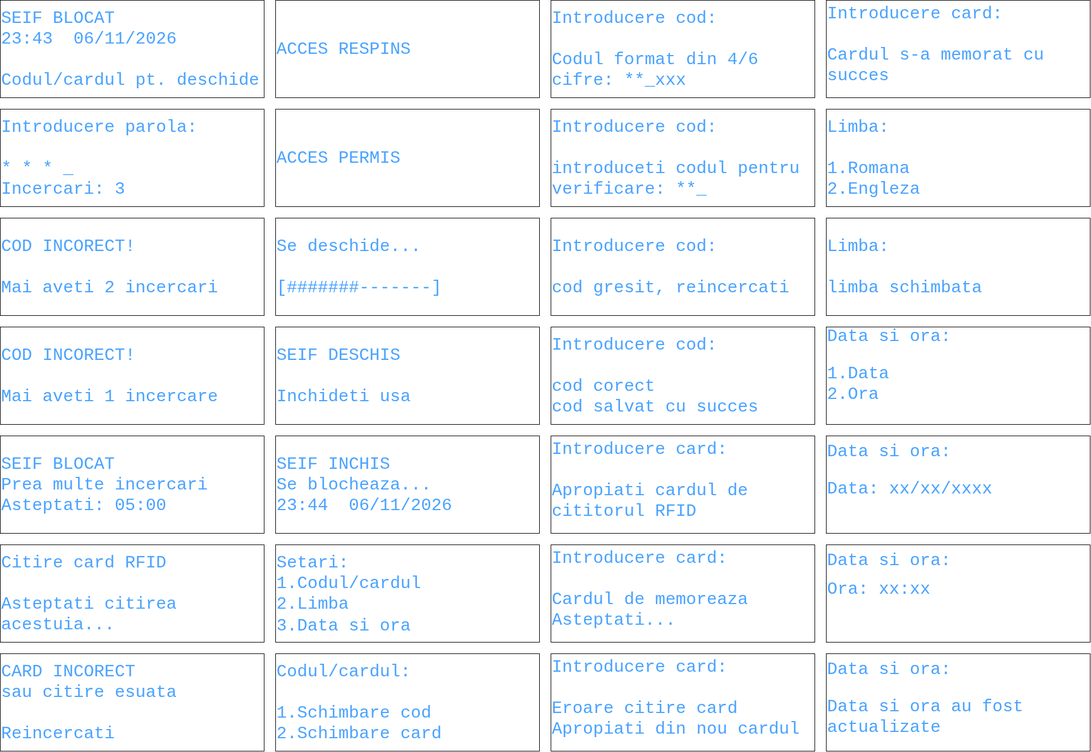
Earlier version of the draw.io export Doc/Display interface.png (ANTzacalie/STM32-Based-Electronic-Safe). Source tidied: cells renumbered, new cells last; positions are measured from the earlier drawing's top-left corner, leaving out a move shared by most shapes. Its diagram source:
```xml
<mxGraphModel>
  <root>
    <mxCell id="0" />
    <mxCell id="1" parent="0" />
    <mxCell id="2" value="&lt;span style=&quot;color: rgb(74, 163, 255); font-family: &amp;quot;Courier New&amp;quot;, Courier, monospace; font-size: 30px; white-space: pre;&quot;&gt;SEIF BLOCAT&lt;br&gt;23:43  06/11/2026&lt;br&gt;&lt;br&gt;Codul/cardul pt. deschide&lt;/span&gt;" style="rounded=0;whiteSpace=wrap;html=1;align=left;" parent="1" vertex="1">
      <mxGeometry width="460" height="170" as="geometry" />
    </mxCell>
    <mxCell id="3" value="&lt;span style=&quot;color: rgb(74, 163, 255); font-family: &amp;quot;Courier New&amp;quot;, Courier, monospace; font-size: 30px; white-space: pre;&quot;&gt;COD INCORECT!&lt;br/&gt;&lt;br/&gt;Mai aveti 2 incercari&lt;/span&gt;" style="rounded=0;whiteSpace=wrap;html=1;align=left;" parent="1" vertex="1">
      <mxGeometry y="380" width="460" height="170" as="geometry" />
    </mxCell>
    <mxCell id="4" value="&lt;span style=&quot;color: rgb(74, 163, 255); font-family: &amp;quot;Courier New&amp;quot;, Courier, monospace; font-size: 30px; white-space: pre;&quot;&gt;COD INCORECT!&lt;br/&gt;&lt;br/&gt;Mai aveti 1 incercare&lt;/span&gt;" style="rounded=0;whiteSpace=wrap;html=1;align=left;" parent="1" vertex="1">
      <mxGeometry y="570" width="460" height="170" as="geometry" />
    </mxCell>
    <mxCell id="5" value="&lt;span style=&quot;color: rgb(74, 163, 255); font-family: &amp;quot;Courier New&amp;quot;, Courier, monospace; font-size: 30px; white-space: pre;&quot;&gt;SEIF BLOCAT&lt;br/&gt;Prea multe incercari&lt;br/&gt;Asteptati: 05:00&lt;/span&gt;" style="rounded=0;whiteSpace=wrap;html=1;align=left;" parent="1" vertex="1">
      <mxGeometry y="760" width="460" height="170" as="geometry" />
    </mxCell>
    <mxCell id="6" value="&lt;span style=&quot;color: rgb(74, 163, 255); font-family: &amp;quot;Courier New&amp;quot;, Courier, monospace; font-size: 30px; white-space: pre;&quot;&gt;Citire card RFID&lt;/span&gt;&lt;div&gt;&lt;span style=&quot;color: rgb(74, 163, 255); font-family: &amp;quot;Courier New&amp;quot;, Courier, monospace; font-size: 30px; white-space: pre;&quot;&gt;&lt;br&gt;&lt;div style=&quot;font-family: Helvetica; font-size: 12px; white-space: normal;&quot;&gt;&lt;font face=&quot;Courier New, Courier, monospace&quot;&gt;&lt;span style=&quot;font-size: 30px; white-space: pre;&quot;&gt;Asteptati citirea &lt;/span&gt;&lt;/font&gt;&lt;/div&gt;&lt;div style=&quot;font-family: Helvetica; font-size: 12px; white-space: normal;&quot;&gt;&lt;font face=&quot;Courier New, Courier, monospace&quot;&gt;&lt;span style=&quot;font-size: 30px; white-space: pre;&quot;&gt;acestuia...&lt;/span&gt;&lt;/font&gt;&lt;/div&gt;&lt;/span&gt;&lt;/div&gt;" style="rounded=0;whiteSpace=wrap;html=1;align=left;" parent="1" vertex="1">
      <mxGeometry y="950" width="460" height="170" as="geometry" />
    </mxCell>
    <mxCell id="7" value="&lt;span style=&quot;color: rgb(74, 163, 255); font-family: &amp;quot;Courier New&amp;quot;, Courier, monospace; font-size: 30px; white-space: pre;&quot;&gt;ACCES PERMIS&lt;/span&gt;" style="rounded=0;whiteSpace=wrap;html=1;align=left;" parent="1" vertex="1">
      <mxGeometry x="480" y="190" width="460" height="170" as="geometry" />
    </mxCell>
    <mxCell id="8" value="&lt;span style=&quot;color: rgb(74, 163, 255); font-family: &amp;quot;Courier New&amp;quot;, Courier, monospace; font-size: 30px; white-space: pre;&quot;&gt;ACCES RESPINS&lt;/span&gt;" style="rounded=0;whiteSpace=wrap;html=1;align=left;" parent="1" vertex="1">
      <mxGeometry x="480" width="460" height="170" as="geometry" />
    </mxCell>
    <mxCell id="9" value="&lt;span style=&quot;color: rgb(74, 163, 255); font-family: &amp;quot;Courier New&amp;quot;, Courier, monospace; font-size: 30px; white-space: pre;&quot;&gt;CARD INCORECT&lt;br/&gt;sau citire esuata&lt;br/&gt;&lt;br/&gt;Reincercati&lt;/span&gt;" style="rounded=0;whiteSpace=wrap;html=1;align=left;" parent="1" vertex="1">
      <mxGeometry y="1140" width="460" height="170" as="geometry" />
    </mxCell>
    <mxCell id="10" value="&lt;span style=&quot;color: rgb(74, 163, 255); font-family: &amp;quot;Courier New&amp;quot;, Courier, monospace; font-size: 30px; white-space: pre;&quot;&gt;Se deschide...&lt;br&gt;&lt;br&gt;[#######-------]&lt;/span&gt;" style="rounded=0;whiteSpace=wrap;html=1;align=left;" parent="1" vertex="1">
      <mxGeometry x="480" y="380" width="460" height="170" as="geometry" />
    </mxCell>
    <mxCell id="11" value="&lt;span style=&quot;color: rgb(74, 163, 255); font-family: &amp;quot;Courier New&amp;quot;, Courier, monospace; font-size: 30px; white-space: pre;&quot;&gt;SEIF DESCHIS&lt;br&gt;&lt;br&gt;Inchideti usa&lt;/span&gt;" style="rounded=0;whiteSpace=wrap;html=1;align=left;" parent="1" vertex="1">
      <mxGeometry x="480" y="570" width="460" height="170" as="geometry" />
    </mxCell>
    <mxCell id="12" value="&lt;span style=&quot;color: rgb(74, 163, 255); font-family: &amp;quot;Courier New&amp;quot;, Courier, monospace; font-size: 30px; white-space: pre;&quot;&gt;SEIF INCHIS&lt;br&gt;Se blocheaza...&lt;br&gt;23:44  06/11/2026&lt;/span&gt;" style="rounded=0;whiteSpace=wrap;html=1;align=left;" parent="1" vertex="1">
      <mxGeometry x="480" y="760" width="460" height="170" as="geometry" />
    </mxCell>
    <mxCell id="13" value="&lt;div&gt;&lt;span style=&quot;color: rgb(74, 163, 255); font-family: &amp;quot;Courier New&amp;quot;, Courier, monospace; font-size: 30px; white-space: pre;&quot;&gt;Introducere parola:&lt;br/&gt;&lt;br/&gt;* * * _&lt;br/&gt;Incercari: 3&lt;/span&gt;&lt;/div&gt;" style="rounded=0;whiteSpace=wrap;html=1;fontFamily=Courier New;align=left;" parent="1" vertex="1">
      <mxGeometry y="190" width="460" height="170" as="geometry" />
    </mxCell>
    <mxCell id="14" value="&lt;span style=&quot;font-size: 30px;&quot;&gt;&lt;font face=&quot;Courier New, Courier, monospace&quot;&gt;Setari:&lt;/font&gt;&lt;/span&gt;&lt;div&gt;&lt;span style=&quot;font-family: &amp;quot;Courier New&amp;quot;, Courier, monospace; font-size: 30px; background-color: transparent; color: light-dark(rgb(74, 163, 255), rgb(41, 118, 197));&quot;&gt;1.Codul/cardul&lt;/span&gt;&lt;/div&gt;&lt;div&gt;&lt;span style=&quot;font-family: &amp;quot;Courier New&amp;quot;, Courier, monospace; font-size: 30px; background-color: transparent; color: light-dark(rgb(74, 163, 255), rgb(41, 118, 197));&quot;&gt;2.Limba&amp;nbsp; &amp;nbsp; &amp;nbsp;&amp;nbsp;&lt;/span&gt;&lt;/div&gt;&lt;div&gt;&lt;span style=&quot;font-size: 30px;&quot;&gt;&lt;font face=&quot;Courier New, Courier, monospace&quot;&gt;3.Data si ora&lt;/font&gt;&lt;/span&gt;&lt;/div&gt;" style="rounded=0;whiteSpace=wrap;html=1;fontColor=#4AA3FF;align=left;" parent="1" vertex="1">
      <mxGeometry x="480" y="950" width="460" height="170" as="geometry" />
    </mxCell>
    <mxCell id="15" value="&lt;span style=&quot;background-color: transparent; color: light-dark(rgb(74, 163, 255), rgb(41, 118, 197)); font-family: &amp;quot;Courier New&amp;quot;, Courier, monospace; font-size: 30px;&quot;&gt;Limba:&lt;/span&gt;&lt;div&gt;&lt;span style=&quot;background-color: transparent; color: light-dark(rgb(74, 163, 255), rgb(41, 118, 197)); font-family: &amp;quot;Courier New&amp;quot;, Courier, monospace; font-size: 30px;&quot;&gt;&lt;br&gt;&lt;/span&gt;&lt;/div&gt;&lt;div&gt;&lt;span style=&quot;background-color: transparent; color: light-dark(rgb(74, 163, 255), rgb(41, 118, 197)); font-family: &amp;quot;Courier New&amp;quot;, Courier, monospace; font-size: 30px;&quot;&gt;1.Romana&lt;/span&gt;&lt;/div&gt;&lt;div&gt;&lt;span style=&quot;background-color: transparent; color: light-dark(rgb(74, 163, 255), rgb(41, 118, 197)); font-family: &amp;quot;Courier New&amp;quot;, Courier, monospace; font-size: 30px;&quot;&gt;2.Engleza&lt;/span&gt;&lt;/div&gt;" style="rounded=0;whiteSpace=wrap;html=1;fontColor=#4AA3FF;align=left;" parent="1" vertex="1">
      <mxGeometry x="1440" y="190" width="460" height="170" as="geometry" />
    </mxCell>
    <mxCell id="16" value="&lt;font style=&quot;font-size: 30px;&quot; face=&quot;Courier New, Courier, monospace&quot;&gt;Data si ora:&lt;/font&gt;&lt;div&gt;&lt;br&gt;&lt;/div&gt;&lt;div&gt;&lt;br&gt;&lt;/div&gt;&lt;div&gt;&lt;font face=&quot;Courier New, Courier, monospace&quot;&gt;&lt;span style=&quot;font-size: 30px;&quot;&gt;1.Data&lt;/span&gt;&lt;/font&gt;&lt;/div&gt;&lt;div&gt;&lt;span style=&quot;font-size: 30px; font-family: &amp;quot;Courier New&amp;quot;, Courier, monospace; background-color: transparent; color: light-dark(rgb(74, 163, 255), rgb(41, 118, 197));&quot;&gt;2.Ora&lt;/span&gt;&lt;/div&gt;&lt;div&gt;&lt;font face=&quot;Courier New, Courier, monospace&quot;&gt;&lt;span style=&quot;font-size: 30px;&quot;&gt;&lt;br&gt;&lt;/span&gt;&lt;/font&gt;&lt;/div&gt;" style="rounded=0;whiteSpace=wrap;html=1;fontColor=#4AA3FF;align=left;" parent="1" vertex="1">
      <mxGeometry x="1440" y="570" width="460" height="170" as="geometry" />
    </mxCell>
    <mxCell id="17" value="&lt;font face=&quot;Courier New, Courier, monospace&quot;&gt;&lt;span style=&quot;font-size: 30px;&quot;&gt;Codul/cardul:&lt;/span&gt;&lt;/font&gt;&lt;div&gt;&lt;font face=&quot;Courier New, Courier, monospace&quot;&gt;&lt;span style=&quot;font-size: 30px;&quot;&gt;&lt;br&gt;&lt;/span&gt;&lt;/font&gt;&lt;/div&gt;&lt;div&gt;&lt;font face=&quot;Courier New, Courier, monospace&quot;&gt;&lt;span style=&quot;font-size: 30px;&quot;&gt;1.Schimbare cod&lt;/span&gt;&lt;/font&gt;&lt;/div&gt;&lt;div&gt;&lt;font face=&quot;Courier New, Courier, monospace&quot;&gt;&lt;span style=&quot;font-size: 30px;&quot;&gt;2.Schimbare card&lt;/span&gt;&lt;/font&gt;&lt;/div&gt;" style="rounded=0;whiteSpace=wrap;html=1;fontColor=#4AA3FF;align=left;" parent="1" vertex="1">
      <mxGeometry x="480" y="1140" width="460" height="170" as="geometry" />
    </mxCell>
    <mxCell id="18" value="&lt;font face=&quot;Courier New, Courier, monospace&quot;&gt;&lt;span style=&quot;font-size: 30px;&quot;&gt;Introducere cod:&lt;/span&gt;&lt;/font&gt;&lt;div&gt;&lt;font face=&quot;Courier New, Courier, monospace&quot;&gt;&lt;span style=&quot;font-size: 30px;&quot;&gt;&lt;br&gt;&lt;/span&gt;&lt;/font&gt;&lt;/div&gt;&lt;div&gt;&lt;font face=&quot;Courier New, Courier, monospace&quot;&gt;&lt;span style=&quot;font-size: 30px;&quot;&gt;Codul format din 4/6&lt;/span&gt;&lt;/font&gt;&lt;/div&gt;&lt;div&gt;&lt;font face=&quot;Courier New, Courier, monospace&quot;&gt;&lt;span style=&quot;font-size: 30px;&quot;&gt;cifre: **_xxx&lt;/span&gt;&lt;/font&gt;&lt;/div&gt;" style="rounded=0;whiteSpace=wrap;html=1;fontColor=#4AA3FF;align=left;" parent="1" vertex="1">
      <mxGeometry x="960" width="460" height="170" as="geometry" />
    </mxCell>
    <mxCell id="19" value="&lt;font face=&quot;Courier New, Courier, monospace&quot;&gt;&lt;span style=&quot;font-size: 30px;&quot;&gt;Introducere card:&amp;nbsp;&lt;/span&gt;&lt;/font&gt;&lt;div&gt;&lt;font face=&quot;Courier New, Courier, monospace&quot;&gt;&lt;span style=&quot;font-size: 30px;&quot;&gt;&lt;br&gt;&lt;/span&gt;&lt;/font&gt;&lt;/div&gt;&lt;div&gt;&lt;font face=&quot;Courier New, Courier, monospace&quot;&gt;&lt;span style=&quot;font-size: 30px;&quot;&gt;Apropiati cardul de cititorul RFID&lt;/span&gt;&lt;/font&gt;&lt;div&gt;&lt;br&gt;&lt;/div&gt;&lt;/div&gt;" style="rounded=0;whiteSpace=wrap;html=1;fontColor=#4AA3FF;align=left;" parent="1" vertex="1">
      <mxGeometry x="960" y="760" width="460" height="170" as="geometry" />
    </mxCell>
    <mxCell id="20" value="&lt;font face=&quot;Courier New, Courier, monospace&quot;&gt;&lt;span style=&quot;font-size: 30px;&quot;&gt;Introducere card:&amp;nbsp;&lt;/span&gt;&lt;/font&gt;&lt;div&gt;&lt;font face=&quot;Courier New, Courier, monospace&quot;&gt;&lt;span style=&quot;font-size: 30px;&quot;&gt;&lt;br&gt;&lt;/span&gt;&lt;/font&gt;&lt;/div&gt;&lt;div&gt;&lt;font face=&quot;Courier New, Courier, monospace&quot;&gt;&lt;span style=&quot;font-size: 30px;&quot;&gt;Cardul de memoreaza&lt;/span&gt;&lt;/font&gt;&lt;/div&gt;&lt;div&gt;&lt;font face=&quot;Courier New, Courier, monospace&quot;&gt;&lt;span style=&quot;font-size: 30px;&quot;&gt;Asteptati...&lt;br&gt;&lt;/span&gt;&lt;/font&gt;&lt;div&gt;&lt;br&gt;&lt;/div&gt;&lt;/div&gt;" style="rounded=0;whiteSpace=wrap;html=1;fontColor=#4AA3FF;align=left;" parent="1" vertex="1">
      <mxGeometry x="960" y="950" width="460" height="170" as="geometry" />
    </mxCell>
    <mxCell id="21" value="&lt;font face=&quot;Courier New, Courier, monospace&quot;&gt;&lt;span style=&quot;font-size: 30px;&quot;&gt;Introducere card:&amp;nbsp;&lt;/span&gt;&lt;/font&gt;&lt;div&gt;&lt;font face=&quot;Courier New, Courier, monospace&quot;&gt;&lt;span style=&quot;font-size: 30px;&quot;&gt;&lt;br&gt;&lt;/span&gt;&lt;/font&gt;&lt;/div&gt;&lt;div&gt;&lt;font face=&quot;Courier New, Courier, monospace&quot;&gt;&lt;span style=&quot;font-size: 30px;&quot;&gt;Eroare citire card&lt;/span&gt;&lt;/font&gt;&lt;/div&gt;&lt;div&gt;&lt;font face=&quot;Courier New, Courier, monospace&quot;&gt;&lt;span style=&quot;font-size: 30px;&quot;&gt;Apropiati din nou cardul&lt;/span&gt;&lt;/font&gt;&lt;/div&gt;&lt;div&gt;&lt;div&gt;&lt;br&gt;&lt;/div&gt;&lt;/div&gt;" style="rounded=0;whiteSpace=wrap;html=1;fontColor=#4AA3FF;align=left;" parent="1" vertex="1">
      <mxGeometry x="960" y="1140" width="460" height="170" as="geometry" />
    </mxCell>
    <mxCell id="22" value="&lt;font face=&quot;Courier New, Courier, monospace&quot;&gt;&lt;span style=&quot;font-size: 30px;&quot;&gt;Introducere card:&amp;nbsp;&lt;/span&gt;&lt;/font&gt;&lt;div&gt;&lt;font face=&quot;Courier New, Courier, monospace&quot;&gt;&lt;span style=&quot;font-size: 30px;&quot;&gt;&lt;br&gt;&lt;/span&gt;&lt;/font&gt;&lt;div&gt;&lt;span style=&quot;font-size: 30px; font-family: &amp;quot;Courier New&amp;quot;, Courier, monospace; background-color: transparent; color: light-dark(rgb(74, 163, 255), rgb(41, 118, 197));&quot;&gt;Cardul s-a memorat cu succes&lt;/span&gt;&lt;/div&gt;&lt;div&gt;&lt;div&gt;&lt;br&gt;&lt;/div&gt;&lt;/div&gt;&lt;/div&gt;" style="rounded=0;whiteSpace=wrap;html=1;fontColor=#4AA3FF;align=left;" parent="1" vertex="1">
      <mxGeometry x="1440" width="460" height="170" as="geometry" />
    </mxCell>
    <mxCell id="23" value="&lt;font face=&quot;Courier New, Courier, monospace&quot;&gt;&lt;span style=&quot;font-size: 30px;&quot;&gt;Introducere cod:&lt;/span&gt;&lt;/font&gt;&lt;div&gt;&lt;font face=&quot;Courier New, Courier, monospace&quot;&gt;&lt;span style=&quot;font-size: 30px;&quot;&gt;&lt;br&gt;&lt;/span&gt;&lt;/font&gt;&lt;/div&gt;&lt;div&gt;&lt;font face=&quot;Courier New, Courier, monospace&quot;&gt;&lt;span style=&quot;font-size: 30px;&quot;&gt;introduceti codul pentru verificare: **_&lt;/span&gt;&lt;/font&gt;&lt;/div&gt;" style="rounded=0;whiteSpace=wrap;html=1;fontColor=#4AA3FF;align=left;" parent="1" vertex="1">
      <mxGeometry x="960" y="190" width="460" height="170" as="geometry" />
    </mxCell>
    <mxCell id="24" value="&lt;font face=&quot;Courier New, Courier, monospace&quot;&gt;&lt;span style=&quot;font-size: 30px;&quot;&gt;Introducere cod:&lt;/span&gt;&lt;/font&gt;&lt;div&gt;&lt;font face=&quot;Courier New, Courier, monospace&quot;&gt;&lt;span style=&quot;font-size: 30px;&quot;&gt;&lt;br&gt;&lt;/span&gt;&lt;/font&gt;&lt;div&gt;&lt;font face=&quot;Courier New, Courier, monospace&quot;&gt;&lt;span style=&quot;font-size: 30px;&quot;&gt;cod corect&lt;/span&gt;&lt;/font&gt;&lt;/div&gt;&lt;div&gt;&lt;font face=&quot;Courier New, Courier, monospace&quot;&gt;&lt;span style=&quot;font-size: 30px;&quot;&gt;cod salvat cu succes&lt;/span&gt;&lt;/font&gt;&lt;/div&gt;&lt;/div&gt;" style="rounded=0;whiteSpace=wrap;html=1;fontColor=#4AA3FF;align=left;" parent="1" vertex="1">
      <mxGeometry x="960" y="570" width="460" height="170" as="geometry" />
    </mxCell>
    <mxCell id="25" value="&lt;span style=&quot;background-color: transparent; color: light-dark(rgb(74, 163, 255), rgb(41, 118, 197)); font-family: &amp;quot;Courier New&amp;quot;, Courier, monospace; font-size: 30px;&quot;&gt;Limba:&lt;/span&gt;&lt;div&gt;&lt;span style=&quot;background-color: transparent; color: light-dark(rgb(74, 163, 255), rgb(41, 118, 197)); font-family: &amp;quot;Courier New&amp;quot;, Courier, monospace; font-size: 30px;&quot;&gt;&lt;br&gt;&lt;/span&gt;&lt;/div&gt;&lt;div&gt;&lt;font face=&quot;Courier New, Courier, monospace&quot;&gt;&lt;span style=&quot;font-size: 30px;&quot;&gt;limba schimbata&lt;/span&gt;&lt;/font&gt;&lt;/div&gt;" style="rounded=0;whiteSpace=wrap;html=1;fontColor=#4AA3FF;align=left;" parent="1" vertex="1">
      <mxGeometry x="1440" y="380" width="460" height="170" as="geometry" />
    </mxCell>
    <mxCell id="26" value="&lt;font style=&quot;font-size: 30px;&quot; face=&quot;Courier New, Courier, monospace&quot;&gt;Data si ora:&lt;/font&gt;&lt;div&gt;&lt;br&gt;&lt;/div&gt;&lt;div&gt;&lt;br&gt;&lt;/div&gt;&lt;div&gt;&lt;font face=&quot;Courier New, Courier, monospace&quot;&gt;&lt;span style=&quot;font-size: 30px;&quot;&gt;Data: xx/xx/xxxx&lt;/span&gt;&lt;/font&gt;&lt;/div&gt;&lt;div&gt;&lt;br&gt;&lt;/div&gt;&lt;div&gt;&lt;font face=&quot;Courier New, Courier, monospace&quot;&gt;&lt;span style=&quot;font-size: 30px;&quot;&gt;&lt;br&gt;&lt;/span&gt;&lt;/font&gt;&lt;/div&gt;" style="rounded=0;whiteSpace=wrap;html=1;fontColor=#4AA3FF;align=left;" parent="1" vertex="1">
      <mxGeometry x="1440" y="760" width="460" height="170" as="geometry" />
    </mxCell>
    <mxCell id="27" value="&lt;font style=&quot;font-size: 30px;&quot; face=&quot;Courier New, Courier, monospace&quot;&gt;Data si ora:&lt;/font&gt;&lt;div&gt;&lt;br&gt;&lt;/div&gt;&lt;div&gt;&lt;span style=&quot;font-family: &amp;quot;Courier New&amp;quot;, Courier, monospace; font-size: 30px;&quot;&gt;Ora: xx:xx&lt;/span&gt;&lt;/div&gt;&lt;div&gt;&lt;br&gt;&lt;/div&gt;&lt;div&gt;&lt;br&gt;&lt;/div&gt;&lt;div&gt;&lt;font face=&quot;Courier New, Courier, monospace&quot;&gt;&lt;span style=&quot;font-size: 30px;&quot;&gt;&lt;br&gt;&lt;/span&gt;&lt;/font&gt;&lt;/div&gt;" style="rounded=0;whiteSpace=wrap;html=1;fontColor=#4AA3FF;align=left;" parent="1" vertex="1">
      <mxGeometry x="1440" y="950" width="460" height="170" as="geometry" />
    </mxCell>
    <mxCell id="28" value="&lt;font style=&quot;font-size: 30px;&quot; face=&quot;Courier New, Courier, monospace&quot;&gt;Data si ora:&lt;/font&gt;&lt;div&gt;&lt;br&gt;&lt;/div&gt;&lt;div&gt;&lt;br&gt;&lt;/div&gt;&lt;div&gt;&lt;span style=&quot;font-family: &amp;quot;Courier New&amp;quot;, Courier, monospace; font-size: 30px;&quot;&gt;Data si ora au fost actualizate&lt;/span&gt;&lt;/div&gt;&lt;div&gt;&lt;br&gt;&lt;/div&gt;" style="rounded=0;whiteSpace=wrap;html=1;fontColor=#4AA3FF;align=left;" parent="1" vertex="1">
      <mxGeometry x="1440" y="1140" width="460" height="170" as="geometry" />
    </mxCell>
    <mxCell id="29" value="&lt;div&gt;&lt;font face=&quot;Courier New, Courier, monospace&quot;&gt;&lt;span style=&quot;font-size: 30px;&quot;&gt;Introducere cod:&lt;/span&gt;&lt;/font&gt;&lt;div&gt;&lt;font face=&quot;Courier New, Courier, monospace&quot;&gt;&lt;span style=&quot;font-size: 30px;&quot;&gt;&lt;br&gt;&lt;/span&gt;&lt;/font&gt;&lt;/div&gt;&lt;div&gt;&lt;font face=&quot;Courier New, Courier, monospace&quot;&gt;&lt;span style=&quot;font-size: 30px;&quot;&gt;cod gresit, reincercati&lt;/span&gt;&lt;/font&gt;&lt;/div&gt;&lt;/div&gt;" style="rounded=0;whiteSpace=wrap;html=1;fontColor=#4AA3FF;align=left;" parent="1" vertex="1">
      <mxGeometry x="960" y="380" width="460" height="170" as="geometry" />
    </mxCell>
  </root>
</mxGraphModel>
```
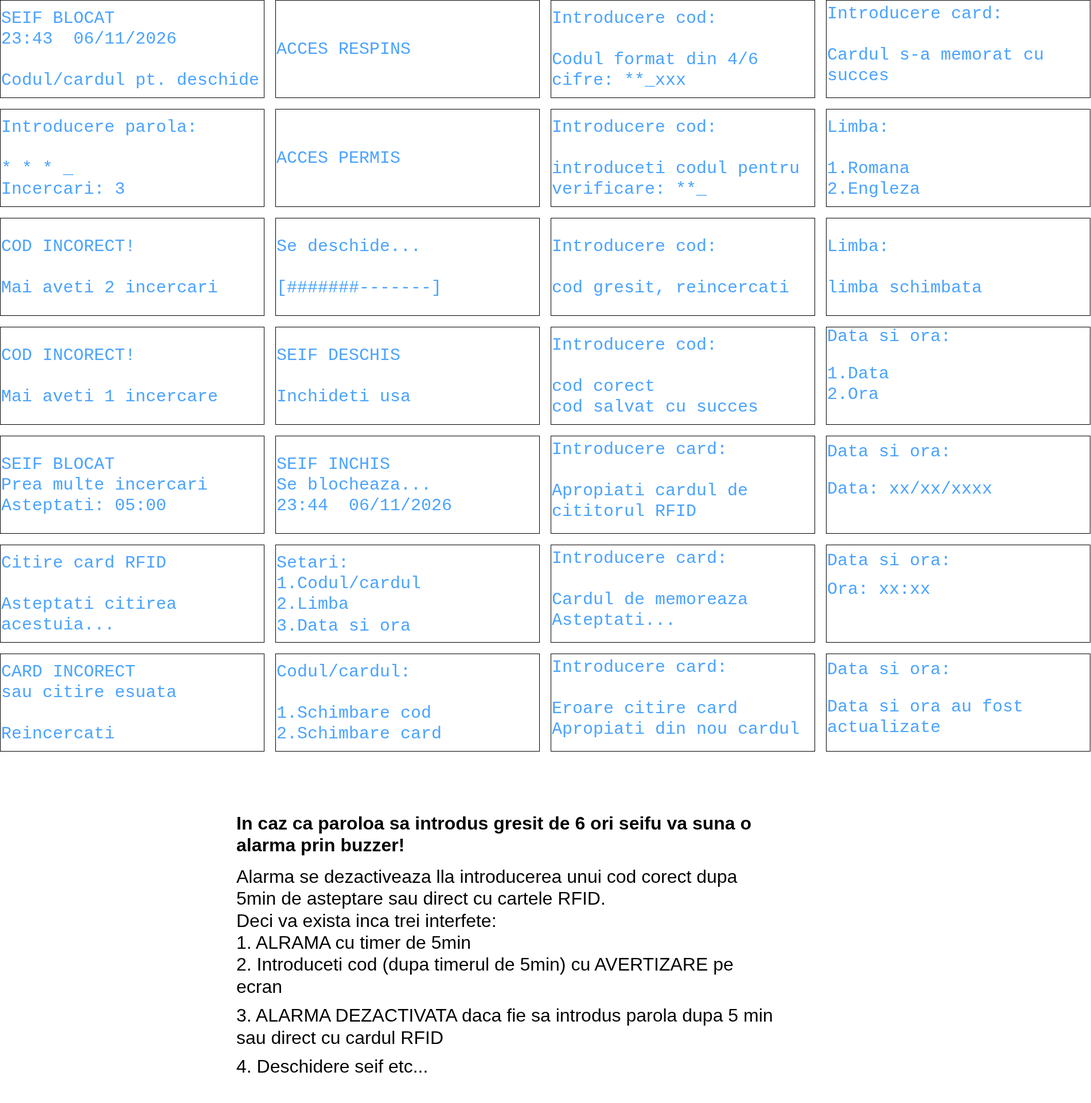
The same file after the commit.

Diff of the diagram source:
```diff
@@ -86,5 +86,8 @@
     <mxCell id="29" value="&lt;div&gt;&lt;font face=&quot;Courier New, Courier, monospace&quot;&gt;&lt;span style=&quot;font-size: 30px;&quot;&gt;Introducere cod:&lt;/span&gt;&lt;/font&gt;&lt;div&gt;&lt;font face=&quot;Courier New, Courier, monospace&quot;&gt;&lt;span style=&quot;font-size: 30px;&quot;&gt;&lt;br&gt;&lt;/span&gt;&lt;/font&gt;&lt;/div&gt;&lt;div&gt;&lt;font face=&quot;Courier New, Courier, monospace&quot;&gt;&lt;span style=&quot;font-size: 30px;&quot;&gt;cod gresit, reincercati&lt;/span&gt;&lt;/font&gt;&lt;/div&gt;&lt;/div&gt;" style="rounded=0;whiteSpace=wrap;html=1;fontColor=#4AA3FF;align=left;" parent="1" vertex="1">
       <mxGeometry x="960" y="380" width="460" height="170" as="geometry" />
     </mxCell>
+    <mxCell id="30" value="&lt;h1 style=&quot;margin-top: 0px;&quot;&gt;&lt;span style=&quot;font-size: 32px;&quot;&gt;In caz ca paroloa sa introdus gresit de 6 ori seifu va suna o alarma prin buzzer!&lt;/span&gt;&lt;/h1&gt;&lt;p&gt;&lt;span style=&quot;font-size: 32px;&quot;&gt;Alarma se dezactiveaza lla introducerea unui cod corect dupa 5min de asteptare sau direct cu cartele RFID.&lt;br&gt;Deci va exista inca trei interfete:&lt;br&gt;1. ALRAMA cu timer de 5min&lt;br&gt;2. Introduceti cod (dupa timerul de 5min) cu AVERTIZARE pe ecran&lt;/span&gt;&lt;/p&gt;&lt;p&gt;&lt;span style=&quot;font-size: 32px;&quot;&gt;3. ALARMA DEZACTIVATA daca fie sa introdus parola dupa 5 min sau direct cu cardul RFID&lt;/span&gt;&lt;/p&gt;&lt;p&gt;&lt;span style=&quot;font-size: 32px;&quot;&gt;4. Deschidere seif etc...&lt;/span&gt;&lt;/p&gt;" style="text;html=1;whiteSpace=wrap;overflow=hidden;rounded=0;" parent="1" vertex="1">
+      <mxGeometry x="410" y="1410" width="940" height="510" as="geometry" />
+    </mxCell>
   </root>
 </mxGraphModel>
```
